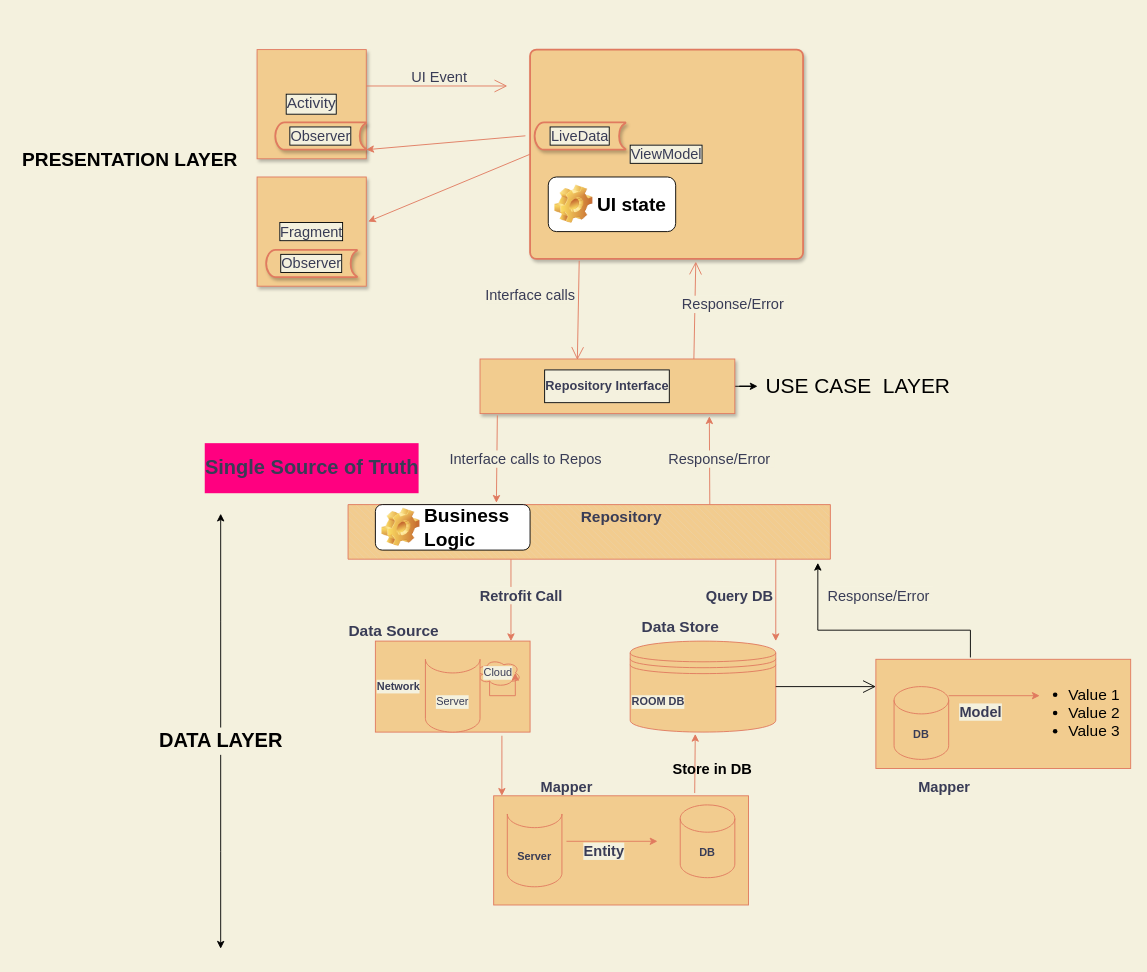
Earlier version of the draw.io diagram app/src/main/java/com/project/readarticleapp/utils/Untitled Diagram.drawio (dhirajdafouti/ReadArticleApp). Source tidied: cells renumbered, new cells numbered last; positions are measured from the earlier drawing's top-left corner, leaving out a move shared by most shapes. Both pictures are drawn from the tidied source at 91%, with x=0, y=0 at pixel (15, 49).
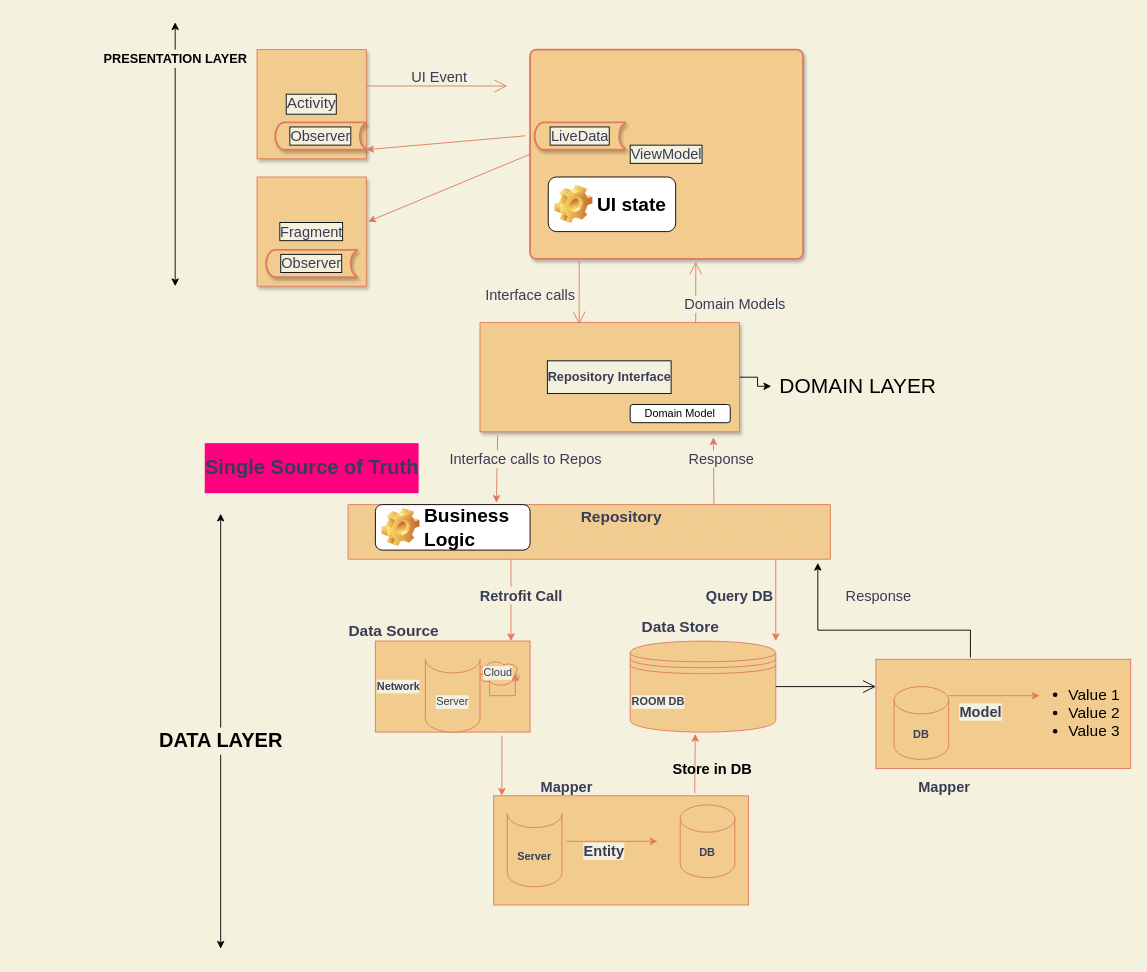
Above is the later version.

Unchanged cells that the change refers to:
```xml
<mxCell id="17" style="verticalLabelPosition=bottom;verticalAlign=top;html=1;shape=mxgraph.basic.patternFillRect;fillStyle=diagRev;step=5;fillStrokeWidth=0.2;fillStrokeColor=#dddddd;fontSize=16;strokeColor=#E07A5F;fontColor=#393C56;labelBackgroundColor=#F4F1DE;noLabel=1;labelBorderColor=#000000;fillColor=#F2CC8F;" parent="1" vertex="1">
  <mxGeometry x="365" y="500" width="530" height="60" as="geometry" />
</mxCell>
<mxCell id="26" value="ViewModel" style="rounded=1;whiteSpace=wrap;html=1;absoluteArcSize=1;arcSize=14;strokeWidth=2;shadow=1;labelBackgroundColor=#F4F1DE;labelBorderColor=#000000;fontSize=16;fontColor=#393C56;fillColor=#F2CC8F;strokeColor=#E07A5F;" parent="1" vertex="1">
  <mxGeometry x="565" width="300" height="230" as="geometry" />
</mxCell>
```

The edit, as a diff of the source:
```diff
@@
     <mxCell id="21" value="&lt;h1 align=&quot;right&quot;&gt;Repository Interface&lt;br&gt;&lt;/h1&gt;" style="whiteSpace=wrap;html=1;shadow=1;labelBackgroundColor=#F4F1DE;fontSize=7;fontColor=#393C56;strokeColor=#E07A5F;fillColor=#F2CC8F;labelBorderColor=#000000;" parent="1" vertex="1">
-      <mxGeometry x="510" y="340" width="280" height="60" as="geometry" />
+      <mxGeometry x="510" y="300" width="285" height="120" as="geometry" />
     </mxCell>
-    <mxCell id="22" style="endArrow=classic;html=1;rounded=0;labelBackgroundColor=#F4F1DE;fontSize=21;fontColor=#393C56;entryX=0.9;entryY=1.05;entryDx=0;entryDy=0;entryPerimeter=0;exitX=0.75;exitY=0;exitDx=0;exitDy=0;exitPerimeter=0;strokeColor=#E07A5F;" parent="1" edge="1" source="17" target="21">
-      <mxGeometry relative="1" as="geometry" />
+    <mxCell id="22" style="endArrow=classic;html=1;rounded=0;labelBackgroundColor=#F4F1DE;fontSize=21;fontColor=#393C56;entryX=0.9;entryY=1.05;entryDx=0;entryDy=0;entryPerimeter=0;strokeColor=#E07A5F;" parent="1" edge="1" target="21">
+      <mxGeometry relative="1" as="geometry">
+        <mxPoint x="767" y="500" as="sourcePoint" />
+      </mxGeometry>
     </mxCell>
@@
-    <mxCell id="37" value="Response/Error&amp;nbsp; " style="text;html=1;align=center;verticalAlign=middle;strokeColor=none;fillColor=none;fontSize=16;fontColor=#393C56;labelBackgroundColor=#F4F1DE;" parent="1" vertex="1">
-      <mxGeometry x="710" y="440" width="130" height="20" as="geometry" />
+    <mxCell id="37" value="Response " style="text;html=1;align=center;verticalAlign=middle;strokeColor=none;fillColor=none;fontSize=16;fontColor=#393C56;labelBackgroundColor=#F4F1DE;" parent="1" vertex="1">
+      <mxGeometry x="730" y="440" width="90" height="20" as="geometry" />
     </mxCell>
@@
     <mxCell id="40" style="endArrow=open;endFill=1;endSize=12;html=1;rounded=0;labelBackgroundColor=#F4F1DE;fontSize=16;fontColor=#393C56;entryX=0.607;entryY=1.013;entryDx=0;entryDy=0;entryPerimeter=0;strokeColor=#E07A5F;" parent="1" edge="1" target="26">
       <mxGeometry relative="1" as="geometry">
-        <mxPoint x="745" y="340" as="sourcePoint" />
+        <mxPoint x="747" y="300" as="sourcePoint" />
       </mxGeometry>
     </mxCell>
-    <mxCell id="41" value="Response/Error&amp;nbsp; " style="text;html=1;align=center;verticalAlign=middle;strokeColor=none;fillColor=none;fontSize=16;fontColor=#393C56;labelBackgroundColor=#F4F1DE;" parent="1" vertex="1">
+    <mxCell id="41" value="Domain Models" style="text;html=1;align=center;verticalAlign=middle;strokeColor=none;fillColor=none;fontSize=16;fontColor=#393C56;labelBackgroundColor=#F4F1DE;" parent="1" vertex="1">
       <mxGeometry x="725" y="270" width="130" height="20" as="geometry" />
     </mxCell>
@@
-    <mxCell id="45" value="&lt;font style=&quot;font-size: 23px&quot;&gt;USE CASE&amp;nbsp; LAYER&lt;/font&gt;" style="text;html=1;align=center;verticalAlign=middle;points=[];strokeColor=none;fillColor=none;fontSize=21;" parent="1" vertex="1">
-      <mxGeometry x="815" y="355" width="220" height="30" as="geometry" />
+    <mxCell id="45" value="&lt;font style=&quot;font-size: 23px&quot;&gt;DOMAIN LAYER&lt;/font&gt;" style="text;html=1;align=center;verticalAlign=middle;points=[];strokeColor=none;fillColor=none;fontSize=21;" parent="1" vertex="1">
+      <mxGeometry x="830" y="355" width="190" height="30" as="geometry" />
     </mxCell>
@@
-    <mxCell id="55" value="Response/Error&amp;nbsp; " style="text;html=1;align=center;verticalAlign=middle;strokeColor=none;fillColor=none;fontSize=16;fontColor=#393C56;labelBackgroundColor=#F4F1DE;" parent="1" vertex="1">
-      <mxGeometry x="885" y="590" width="130" height="20" as="geometry" />
+    <mxCell id="55" value="Response&amp;nbsp; " style="text;html=1;align=center;verticalAlign=middle;strokeColor=none;fillColor=none;fontSize=16;fontColor=#393C56;labelBackgroundColor=#F4F1DE;" parent="1" vertex="1">
+      <mxGeometry x="905" y="590" width="90" height="20" as="geometry" />
     </mxCell>
@@
+    <mxCell id="61" value="Domain Model" style="rounded=1;whiteSpace=wrap;html=1;" parent="1" vertex="1">
+      <mxGeometry x="675" y="390" width="110" height="20" as="geometry" />
+    </mxCell>
+    <mxCell id="62" style="edgeStyle=orthogonalEdgeStyle;rounded=0;jettySize=auto;html=1;" parent="1" edge="1" source="60">
+      <mxGeometry relative="1" as="geometry">
+        <mxPoint x="175" y="260" as="targetPoint" />
+      </mxGeometry>
+    </mxCell>
+    <mxCell id="63" style="edgeStyle=orthogonalEdgeStyle;rounded=0;jettySize=auto;html=1;fontSize=14;" parent="1" edge="1" source="60">
+      <mxGeometry relative="1" as="geometry">
+        <mxPoint x="175" y="-30" as="targetPoint" />
+      </mxGeometry>
+    </mxCell>
-    <mxCell id="60" value="PRESENTATION LAYER" style="text;html=1;align=center;verticalAlign=middle;points=[];strokeColor=none;fillColor=none;fontSize=21;fontStyle=1;" parent="1" vertex="1">
-      <mxGeometry y="105" width="250" height="30" as="geometry" />
+    <mxCell id="60" value="PRESENTATION LAYER" style="text;html=1;align=center;verticalAlign=middle;points=[];strokeColor=none;fillColor=none;fontSize=14;fontStyle=1;" parent="1" vertex="1">
+      <mxGeometry x="90" width="170" height="20" as="geometry" />
     </mxCell>
```
